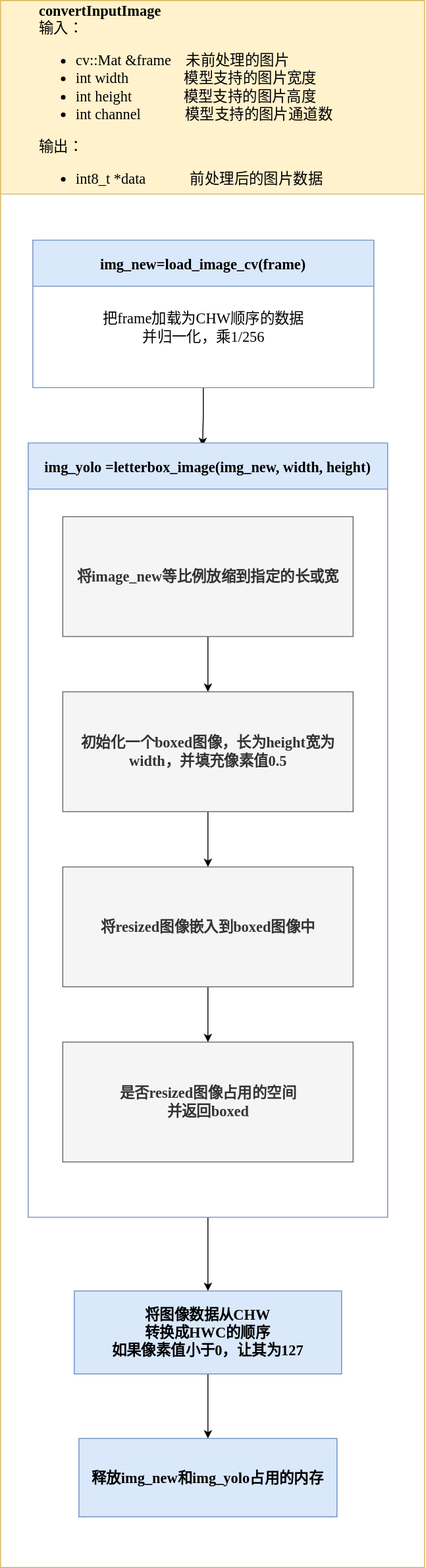
The draw.io diagram convertInputImage.svg in jerly-hjzhou/flowchart, before a commit. Source tidied: cells renumbered, new cells last; positions are measured from the earlier drawing's top-left corner, leaving out a move shared by most shapes.
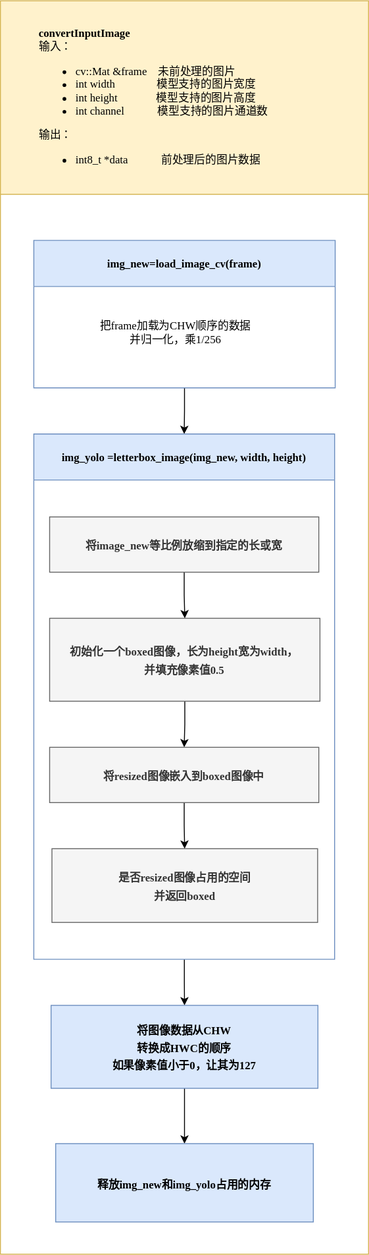
After the commit.

What changed in the source:
```diff
@@ -3,55 +3,55 @@
     <mxCell id="0" />
     <mxCell id="1" parent="0" />
     <mxCell id="2" style="swimlane;startSize=210;fontFamily=Times New Roman;align=left;verticalAlign=top;labelBackgroundColor=#66FF66;fillColor=#fff2cc;strokeColor=#d6b656;" parent="1" vertex="1">
-      <mxGeometry width="460" height="1700" as="geometry" />
+      <mxGeometry width="400" height="1360" as="geometry" />
     </mxCell>
-    <mxCell id="3" style="edgeStyle=orthogonalEdgeStyle;rounded=0;jettySize=auto;html=1;entryX=0.485;entryY=0.004;entryDx=0;entryDy=0;entryPerimeter=0;" parent="2" edge="1" source="4" target="8">
+    <mxCell id="3" style="edgeStyle=orthogonalEdgeStyle;rounded=0;jettySize=auto;html=1;entryX=0.5;entryY=0;entryDx=0;entryDy=0;" parent="2" edge="1" source="4" target="8">
       <mxGeometry relative="1" as="geometry" />
     </mxCell>
-    <mxCell id="4" value="img_new=load_image_cv(frame)" style="swimlane;fontFamily=Times New Roman;fontSize=16;startSize=50;fillColor=#dae8fc;strokeColor=#6c8ebf;" parent="2" vertex="1">
-      <mxGeometry x="35" y="260" width="370" height="160" as="geometry" />
+    <mxCell id="4" value="img_new=load_image_cv(frame)" style="swimlane;fontFamily=Times New Roman;fontSize=12;startSize=50;fillColor=#dae8fc;strokeColor=#6c8ebf;" parent="2" vertex="1">
+      <mxGeometry x="36.2" y="260" width="327.5" height="160" as="geometry" />
     </mxCell>
-    <mxCell id="5" value="&lt;font face=&quot;Times New Roman&quot; style=&quot;font-size: 16px;&quot;&gt;把frame加载为CHW顺序的数据&lt;br&gt;并归一化，乘1/256&lt;/font&gt;" style="text;html=1;align=center;verticalAlign=middle;strokeColor=none;fillColor=none;" parent="4" vertex="1">
-      <mxGeometry x="65" y="70" width="240" height="50" as="geometry" />
+    <mxCell id="5" value="&lt;font face=&quot;Times New Roman&quot; style=&quot;font-size: 12px;&quot;&gt;把frame加载为CHW顺序的数据&lt;br&gt;并归一化，乘1/256&lt;/font&gt;" style="text;html=1;align=center;verticalAlign=middle;strokeColor=none;fillColor=none;" parent="4" vertex="1">
+      <mxGeometry x="58.8" y="80" width="190" height="40" as="geometry" />
     </mxCell>
-    <mxCell id="6" value="&lt;div style=&quot;font-size: 16px;&quot;&gt;&lt;font style=&quot;font-size: 16px;&quot; face=&quot;Times New Roman&quot;&gt;&lt;b&gt;convertInputImage&lt;/b&gt;&lt;/font&gt;&lt;/div&gt;&lt;div style=&quot;font-size: 16px;&quot;&gt;&lt;font style=&quot;font-size: 16px;&quot; face=&quot;Times New Roman&quot;&gt;输入：&lt;/font&gt;&lt;/div&gt;&lt;div style=&quot;font-size: 16px;&quot;&gt;&lt;ul style=&quot;&quot;&gt;&lt;li&gt;&lt;font style=&quot;font-size: 16px;&quot; face=&quot;Times New Roman&quot;&gt;cv::Mat &amp;amp;frame&amp;nbsp; &amp;nbsp; 未前处理的图片&lt;/font&gt;&lt;/li&gt;&lt;li&gt;&lt;font style=&quot;font-size: 16px;&quot; face=&quot;Times New Roman&quot;&gt;int width&amp;nbsp; &amp;nbsp; &amp;nbsp; &amp;nbsp; &amp;nbsp; &amp;nbsp; &amp;nbsp; &amp;nbsp;模型支持的图片宽度&lt;/font&gt;&lt;/li&gt;&lt;li&gt;&lt;font style=&quot;font-size: 16px;&quot; face=&quot;Times New Roman&quot;&gt;int height&amp;nbsp; &amp;nbsp; &amp;nbsp; &amp;nbsp; &amp;nbsp; &amp;nbsp; &amp;nbsp;&amp;nbsp;&lt;/font&gt;模型支持的图片高度&lt;/li&gt;&lt;li&gt;&lt;font style=&quot;font-size: 16px;&quot; face=&quot;Times New Roman&quot;&gt;int channel&amp;nbsp; &amp;nbsp; &amp;nbsp; &amp;nbsp; &amp;nbsp; &amp;nbsp; &lt;/font&gt;模型支持的图片通道数&lt;/li&gt;&lt;/ul&gt;&lt;div style=&quot;&quot;&gt;&lt;font style=&quot;font-size: 16px;&quot; face=&quot;Times New Roman&quot;&gt;输出：&lt;/font&gt;&lt;/div&gt;&lt;div style=&quot;&quot;&gt;&lt;ul style=&quot;&quot;&gt;&lt;li style=&quot;&quot;&gt;&lt;font style=&quot;font-size: 16px;&quot; face=&quot;Times New Roman&quot;&gt;int8_t *data&amp;nbsp; &amp;nbsp; &amp;nbsp; &amp;nbsp; &amp;nbsp; &amp;nbsp; 前处理后的图片数据&lt;/font&gt;&lt;/li&gt;&lt;/ul&gt;&lt;/div&gt;&lt;/div&gt;" style="text;html=1;strokeColor=none;fillColor=none;align=left;verticalAlign=middle;whiteSpace=wrap;rounded=0;" parent="2" vertex="1">
-      <mxGeometry x="40" y="20" width="360" height="180" as="geometry" />
+    <mxCell id="6" value="&lt;div style=&quot;&quot;&gt;&lt;font style=&quot;font-size: 12px;&quot; face=&quot;Times New Roman&quot;&gt;&lt;b style=&quot;&quot;&gt;convertInputImage&lt;/b&gt;&lt;/font&gt;&lt;/div&gt;&lt;div style=&quot;&quot;&gt;&lt;font style=&quot;font-size: 12px;&quot; face=&quot;Times New Roman&quot;&gt;输入：&lt;/font&gt;&lt;/div&gt;&lt;div style=&quot;&quot;&gt;&lt;ul style=&quot;&quot;&gt;&lt;li&gt;&lt;font style=&quot;font-size: 12px;&quot; face=&quot;Times New Roman&quot;&gt;cv::Mat &amp;amp;frame&amp;nbsp; &amp;nbsp; 未前处理的图片&lt;/font&gt;&lt;/li&gt;&lt;li&gt;&lt;font style=&quot;font-size: 12px;&quot; face=&quot;Times New Roman&quot;&gt;int width&amp;nbsp; &amp;nbsp; &amp;nbsp; &amp;nbsp; &amp;nbsp; &amp;nbsp; &amp;nbsp; &amp;nbsp;模型支持的图片宽度&lt;/font&gt;&lt;/li&gt;&lt;li&gt;&lt;font style=&quot;font-size: 12px;&quot;&gt;&lt;font style=&quot;font-size: 12px;&quot; face=&quot;Times New Roman&quot;&gt;int height&amp;nbsp; &amp;nbsp; &amp;nbsp; &amp;nbsp; &amp;nbsp; &amp;nbsp; &amp;nbsp;&amp;nbsp;&lt;/font&gt;模型支持的图片高度&lt;/font&gt;&lt;/li&gt;&lt;li&gt;&lt;font style=&quot;font-size: 12px;&quot;&gt;&lt;font style=&quot;font-size: 12px;&quot; face=&quot;Times New Roman&quot;&gt;int channel&amp;nbsp; &amp;nbsp; &amp;nbsp; &amp;nbsp; &amp;nbsp; &amp;nbsp; &lt;/font&gt;模型支持的图片通道数&lt;/font&gt;&lt;/li&gt;&lt;/ul&gt;&lt;div style=&quot;&quot;&gt;&lt;font style=&quot;font-size: 12px;&quot; face=&quot;Times New Roman&quot;&gt;输出：&lt;/font&gt;&lt;/div&gt;&lt;div style=&quot;&quot;&gt;&lt;ul style=&quot;&quot;&gt;&lt;li style=&quot;&quot;&gt;&lt;font style=&quot;font-size: 12px;&quot; face=&quot;Times New Roman&quot;&gt;int8_t *data&amp;nbsp; &amp;nbsp; &amp;nbsp; &amp;nbsp; &amp;nbsp; &amp;nbsp; 前处理后的图片数据&lt;/font&gt;&lt;/li&gt;&lt;/ul&gt;&lt;/div&gt;&lt;/div&gt;" style="text;html=1;strokeColor=none;fillColor=none;align=left;verticalAlign=middle;whiteSpace=wrap;rounded=0;" parent="2" vertex="1">
+      <mxGeometry x="40" y="20" width="300" height="180" as="geometry" />
     </mxCell>
     <mxCell id="7" style="edgeStyle=orthogonalEdgeStyle;rounded=0;jettySize=auto;html=1;" parent="2" edge="1" source="8" target="17">
       <mxGeometry relative="1" as="geometry" />
     </mxCell>
-    <mxCell id="8" value="img_yolo =letterbox_image(img_new, width, height)" style="swimlane;fontFamily=Times New Roman;fontSize=16;startSize=50;fillColor=#dae8fc;strokeColor=#6c8ebf;" parent="2" vertex="1">
-      <mxGeometry x="30" y="480" width="390" height="840" as="geometry" />
+    <mxCell id="8" value="img_yolo =letterbox_image(img_new, width, height)" style="swimlane;fontFamily=Times New Roman;fontSize=12;startSize=50;fillColor=#dae8fc;strokeColor=#6c8ebf;" parent="2" vertex="1">
+      <mxGeometry x="36.2" y="470" width="326.9" height="570" as="geometry" />
     </mxCell>
     <mxCell id="9" style="edgeStyle=orthogonalEdgeStyle;rounded=0;jettySize=auto;html=1;" parent="8" edge="1" source="10" target="12">
       <mxGeometry relative="1" as="geometry" />
     </mxCell>
-    <mxCell id="10" value="将image_new等比例放缩到指定的长或宽" style="whiteSpace=wrap;html=1;fontSize=16;fontFamily=Times New Roman;fillColor=#f5f5f5;strokeColor=#666666;fontStyle=1;startSize=50;fontColor=#333333;" parent="8" vertex="1">
-      <mxGeometry x="37.5" y="80" width="315" height="130" as="geometry" />
+    <mxCell id="10" value="&lt;font style=&quot;font-size: 12px;&quot;&gt;将image_new等比例放缩到指定的长或宽&lt;/font&gt;" style="whiteSpace=wrap;html=1;fontSize=16;fontFamily=Times New Roman;fillColor=#f5f5f5;strokeColor=#666666;fontStyle=1;startSize=50;fontColor=#333333;" parent="8" vertex="1">
+      <mxGeometry x="17.2" y="90" width="292.5" height="60" as="geometry" />
     </mxCell>
     <mxCell id="11" style="edgeStyle=orthogonalEdgeStyle;rounded=0;jettySize=auto;html=1;" parent="8" edge="1" source="12" target="14">
       <mxGeometry relative="1" as="geometry" />
     </mxCell>
-    <mxCell id="12" value="初始化一个boxed图像，长为height宽为width，并填充像素值0.5" style="whiteSpace=wrap;html=1;fontSize=16;fontFamily=Times New Roman;fillColor=#f5f5f5;strokeColor=#666666;fontStyle=1;startSize=50;fontColor=#333333;" parent="8" vertex="1">
-      <mxGeometry x="37.5" y="270" width="315" height="130" as="geometry" />
+    <mxCell id="12" value="&lt;font style=&quot;font-size: 12px;&quot;&gt;初始化一个boxed图像，长为height宽为width，&lt;br&gt;并填充像素值0.5&lt;/font&gt;" style="whiteSpace=wrap;html=1;fontSize=16;fontFamily=Times New Roman;fillColor=#f5f5f5;strokeColor=#666666;fontStyle=1;startSize=50;fontColor=#333333;" parent="8" vertex="1">
+      <mxGeometry x="17.2" y="200" width="293.8" height="90" as="geometry" />
     </mxCell>
     <mxCell id="13" style="edgeStyle=orthogonalEdgeStyle;rounded=0;jettySize=auto;html=1;" parent="8" edge="1" source="14" target="15">
       <mxGeometry relative="1" as="geometry" />
     </mxCell>
-    <mxCell id="14" value="将resized图像嵌入到boxed图像中" style="whiteSpace=wrap;html=1;fontSize=16;fontFamily=Times New Roman;fillColor=#f5f5f5;strokeColor=#666666;fontStyle=1;startSize=50;fontColor=#333333;" parent="8" vertex="1">
-      <mxGeometry x="37.5" y="460" width="315" height="130" as="geometry" />
+    <mxCell id="14" value="&lt;font style=&quot;font-size: 12px;&quot;&gt;将resized图像嵌入到boxed图像中&lt;/font&gt;" style="whiteSpace=wrap;html=1;fontSize=16;fontFamily=Times New Roman;fillColor=#f5f5f5;strokeColor=#666666;fontStyle=1;startSize=50;fontColor=#333333;" parent="8" vertex="1">
+      <mxGeometry x="17.2" y="340" width="292.5" height="60" as="geometry" />
     </mxCell>
-    <mxCell id="15" value="是否resized图像占用的空间&lt;br&gt;并返回boxed" style="whiteSpace=wrap;html=1;fontSize=16;fontFamily=Times New Roman;fillColor=#f5f5f5;strokeColor=#666666;fontStyle=1;startSize=50;fontColor=#333333;" parent="8" vertex="1">
-      <mxGeometry x="37.5" y="650" width="315" height="130" as="geometry" />
+    <mxCell id="15" value="&lt;font style=&quot;font-size: 12px;&quot;&gt;是否resized图像占用的空间&lt;br&gt;并返回boxed&lt;/font&gt;" style="whiteSpace=wrap;html=1;fontSize=16;fontFamily=Times New Roman;fillColor=#f5f5f5;strokeColor=#666666;fontStyle=1;startSize=50;fontColor=#333333;" parent="8" vertex="1">
+      <mxGeometry x="19.7" y="450" width="288.7" height="80" as="geometry" />
     </mxCell>
     <mxCell id="16" style="edgeStyle=orthogonalEdgeStyle;rounded=0;jettySize=auto;html=1;" parent="2" edge="1" source="17" target="18">
       <mxGeometry relative="1" as="geometry" />
     </mxCell>
-    <mxCell id="17" value="将图像数据从CHW&lt;br&gt;转换成HWC的顺序&lt;br&gt;如果像素值小于0，让其为127" style="whiteSpace=wrap;html=1;fontSize=16;fontFamily=Times New Roman;fillColor=#dae8fc;strokeColor=#6c8ebf;fontStyle=1;startSize=50;" parent="2" vertex="1">
-      <mxGeometry x="80" y="1400" width="290" height="90" as="geometry" />
+    <mxCell id="17" value="&lt;font style=&quot;font-size: 12px;&quot;&gt;将图像数据从CHW&lt;br&gt;转换成HWC的顺序&lt;br&gt;如果像素值小于0，让其为127&lt;/font&gt;" style="whiteSpace=wrap;html=1;fontSize=16;fontFamily=Times New Roman;fillColor=#dae8fc;strokeColor=#6c8ebf;fontStyle=1;startSize=50;" parent="2" vertex="1">
+      <mxGeometry x="55" y="1090" width="290" height="90" as="geometry" />
     </mxCell>
-    <mxCell id="18" value="释放img_new和img_yolo占用的内存" style="whiteSpace=wrap;html=1;fontSize=16;fontFamily=Times New Roman;fillColor=#dae8fc;strokeColor=#6c8ebf;fontStyle=1;startSize=50;" parent="2" vertex="1">
-      <mxGeometry x="85" y="1560" width="280" height="85" as="geometry" />
+    <mxCell id="18" value="&lt;font style=&quot;font-size: 12px;&quot;&gt;释放img_new和img_yolo占用的内存&lt;/font&gt;" style="whiteSpace=wrap;html=1;fontSize=16;fontFamily=Times New Roman;fillColor=#dae8fc;strokeColor=#6c8ebf;fontStyle=1;startSize=50;" parent="2" vertex="1">
+      <mxGeometry x="60" y="1240" width="280" height="85" as="geometry" />
     </mxCell>
   </root>
 </mxGraphModel>
```
